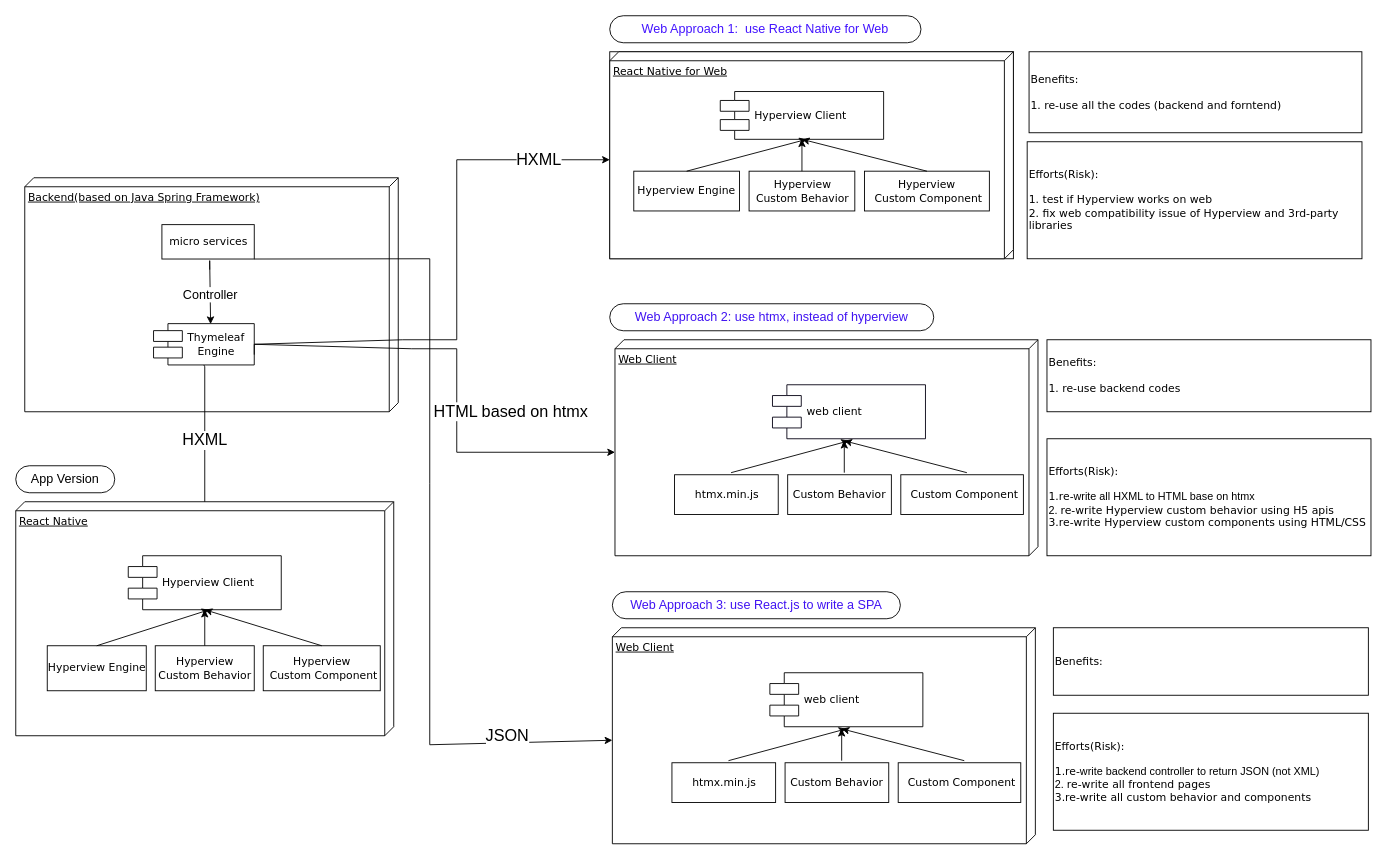
Above: Untitled Diagram.drawio in terryatgithub/books (draw.io), before the change. Source tidied: cells renumbered, new cells numbered last; positions are measured from the earlier drawing's top-left corner, leaving out a move shared by most shapes. Both pictures are drawn from the tidied source at 90%, with x=0, y=0 at pixel (15, 15).
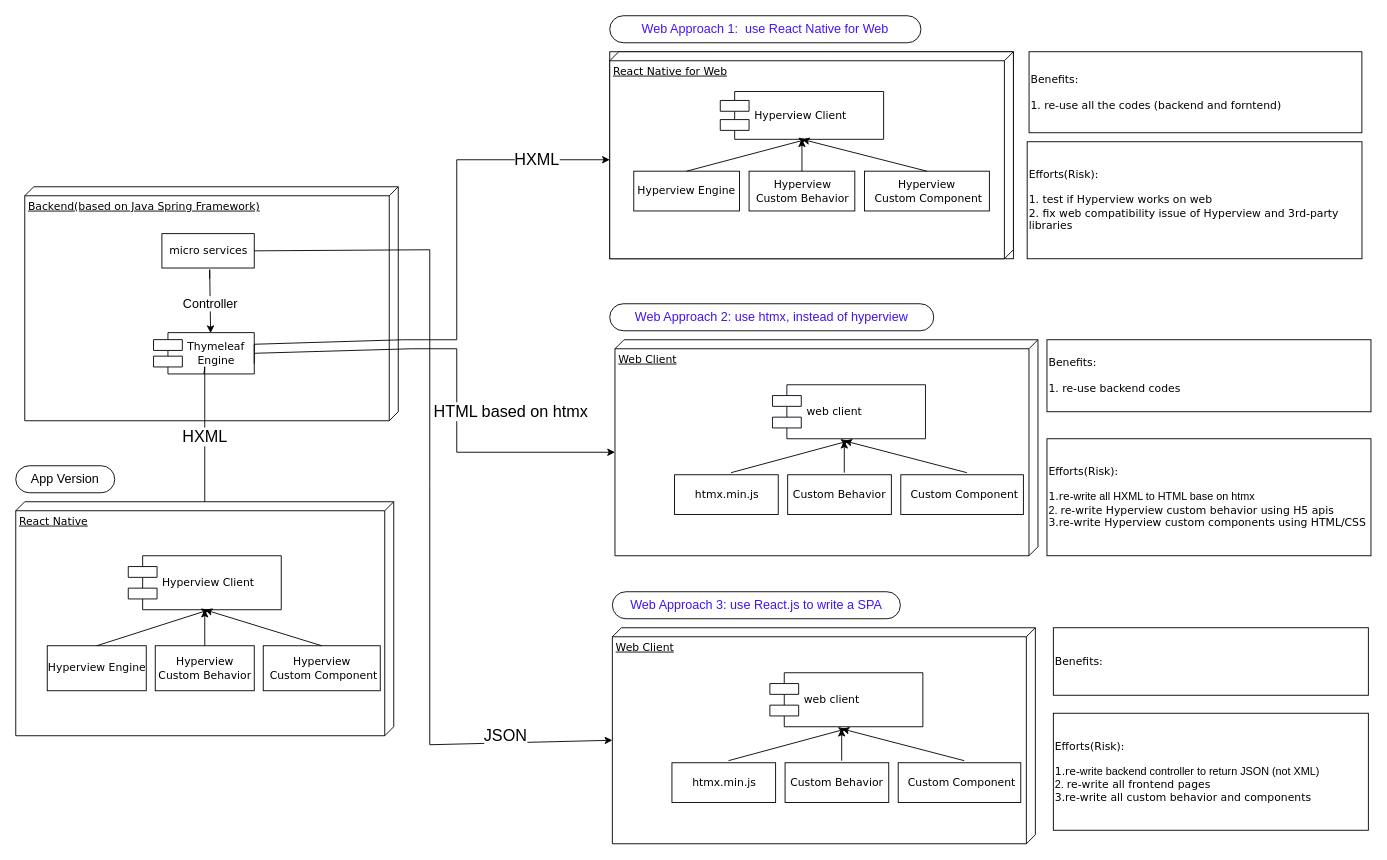
Above is the later version.

The change refers to these unchanged cells:
```xml
<mxCell id="5" value="micro services" style="html=1;rounded=0;shadow=0;comic=0;labelBackgroundColor=none;strokeWidth=1;fontFamily=Verdana;fontSize=12;align=center;" parent="2" vertex="1">
  <mxGeometry x="152.4" y="52.1" width="102.6" height="38.2" as="geometry" />
</mxCell>
<mxCell id="49" value="Web Client" style="verticalAlign=top;align=left;spacingTop=8;spacingLeft=2;spacingRight=12;shape=cube;size=10;direction=south;fontStyle=4;html=1;rounded=0;shadow=0;comic=0;labelBackgroundColor=none;strokeWidth=1;fontFamily=Verdana;fontSize=12;strokeColor=#000000;" parent="48" vertex="1">
  <mxGeometry width="470" height="240" as="geometry" />
</mxCell>
```

What changed in the source:
```diff
@@
     <mxCell id="2" style="group;" parent="1" vertex="1">
-      <mxGeometry x="10" y="180" width="415" height="260" as="geometry" />
+      <mxGeometry x="10" y="190" width="415" height="260" as="geometry" />
     </mxCell>
@@
-    <mxCell id="59" value="&lt;font style=&quot;font-size: 18px;&quot;&gt;JSON&lt;/font&gt;" style="endArrow=classic;html=1;rounded=0;entryX=0;entryY=0;entryDx=125;entryDy=470;entryPerimeter=0;exitX=1;exitY=1;exitDx=0;exitDy=0;" parent="1" edge="1" source="5" target="49">
+    <mxCell id="59" value="&lt;font style=&quot;font-size: 18px;&quot;&gt;JSON&lt;/font&gt;" style="endArrow=classic;html=1;rounded=0;entryX=0;entryY=0;entryDx=125;entryDy=470;entryPerimeter=0;exitX=1;exitY=0.5;exitDx=0;exitDy=0;" parent="1" edge="1" source="5" target="49">
       <mxGeometry x="0.75" y="8" relative="1" as="geometry">
         <Array as="points">
-          <mxPoint x="460" y="270" />
+          <mxPoint x="460" y="260" />
           <mxPoint x="460" y="520" />
           <mxPoint x="460" y="810" />
         </Array>
       </mxGeometry>
     </mxCell>
```
